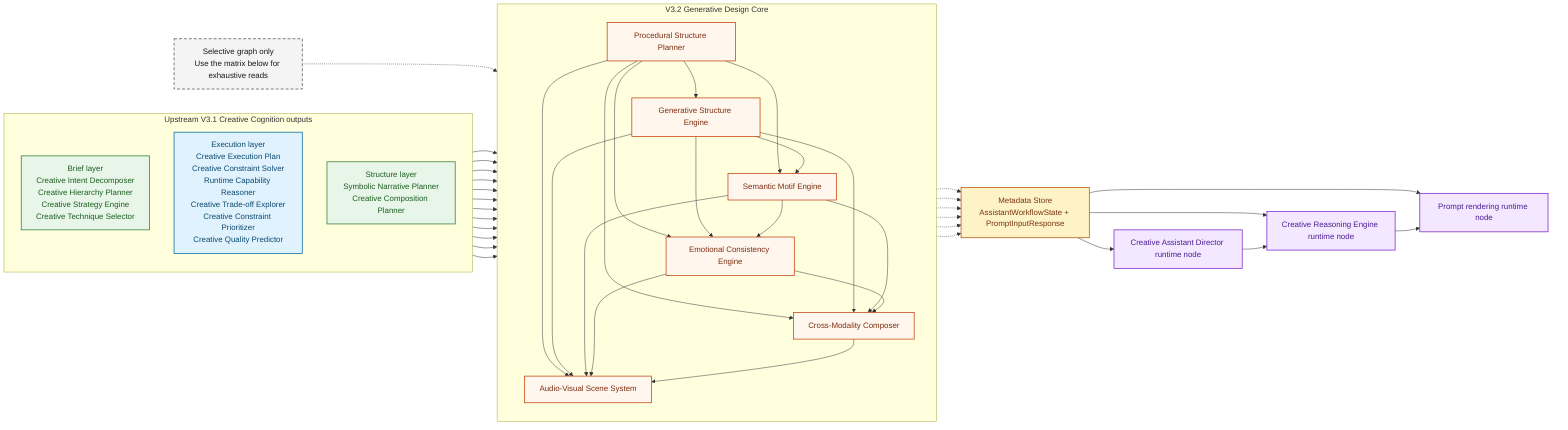
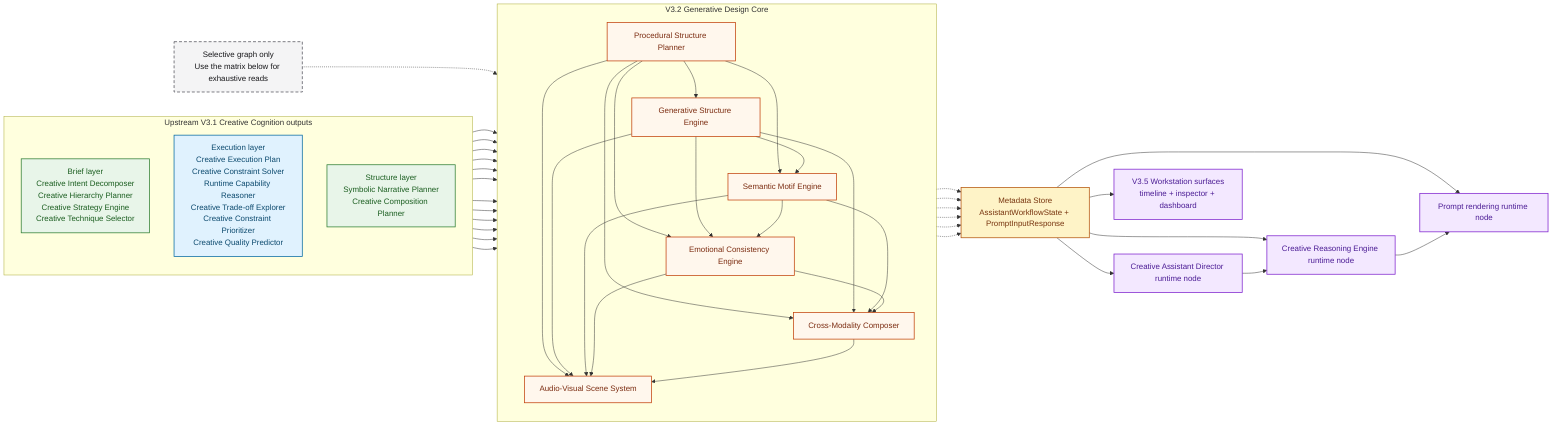
flowchart LR
    classDef upstream fill:#E8F5E9,stroke:#2E7D32,color:#1B5E20,stroke-width:1.5px;
    classDef bundle fill:#E0F2FE,stroke:#0369A1,color:#0C4A6E,stroke-width:1.5px;
    classDef design fill:#FFF7ED,stroke:#C2410C,color:#7C2D12,stroke-width:1.5px;
    classDef store fill:#FEF3C7,stroke:#B45309,color:#78350F,stroke-width:1.5px;
    classDef consumer fill:#F3E8FF,stroke:#7E22CE,color:#4C1D95,stroke-width:1.5px;
    classDef note fill:#F4F4F5,stroke:#52525B,color:#18181B,stroke-width:1.5px,stroke-dasharray: 6 4;

    subgraph upstream_core["Upstream V3.1 Creative Cognition outputs"]
        direction TB
        brief["Brief layer<br/>Creative Intent Decomposer<br/>Creative Hierarchy Planner<br/>Creative Strategy Engine<br/>Creative Technique Selector"]:::upstream
        execution["Execution layer<br/>Creative Execution Plan<br/>Creative Constraint Solver<br/>Runtime Capability Reasoner<br/>Creative Trade-off Explorer<br/>Creative Constraint Prioritizer<br/>Creative Quality Predictor"]:::bundle
        story["Structure layer<br/>Symbolic Narrative Planner<br/>Creative Composition Planner"]:::upstream
    end

    subgraph design_core["V3.2 Generative Design Core"]
        direction TB
        procedural["Procedural Structure Planner"]:::design
        generative["Generative Structure Engine"]:::design
        motif["Semantic Motif Engine"]:::design
        emotion["Emotional Consistency Engine"]:::design
        cross["Cross-Modality Composer"]:::design
        scene["Audio-Visual Scene System"]:::design
    end

    metadata_store["Metadata Store<br/>AssistantWorkflowState + PromptInputResponse"]:::store
    director["Creative Assistant Director runtime node"]:::consumer
    reasoning["Creative Reasoning Engine runtime node"]:::consumer
    prompt_rendering["Prompt rendering runtime node"]:::consumer
+     workstation["V3.5 Workstation surfaces<br/>timeline + inspector + dashboard"]:::consumer
    note["Selective graph only<br/>Use the matrix below for exhaustive reads"]:::note

    brief --> procedural
    execution --> procedural
    story --> procedural

    execution --> generative
    story --> generative
    procedural --> generative

    story --> motif
    procedural --> motif
    generative --> motif

    execution --> emotion
    story --> emotion
    procedural --> emotion
    generative --> emotion
    motif --> emotion

    execution --> cross
    story --> cross
    procedural --> cross
    generative --> cross
    motif --> cross
    emotion --> cross

    execution --> scene
    story --> scene
    procedural --> scene
    generative --> scene
    motif --> scene
    emotion --> scene
    cross --> scene

    procedural -.-> metadata_store
    generative -.-> metadata_store
    motif -.-> metadata_store
    emotion -.-> metadata_store
    cross -.-> metadata_store
    scene -.-> metadata_store

    metadata_store --> director
    metadata_store --> reasoning
    metadata_store --> prompt_rendering
+     metadata_store --> workstation
    director --> reasoning --> prompt_rendering
    note -.-> design_core
